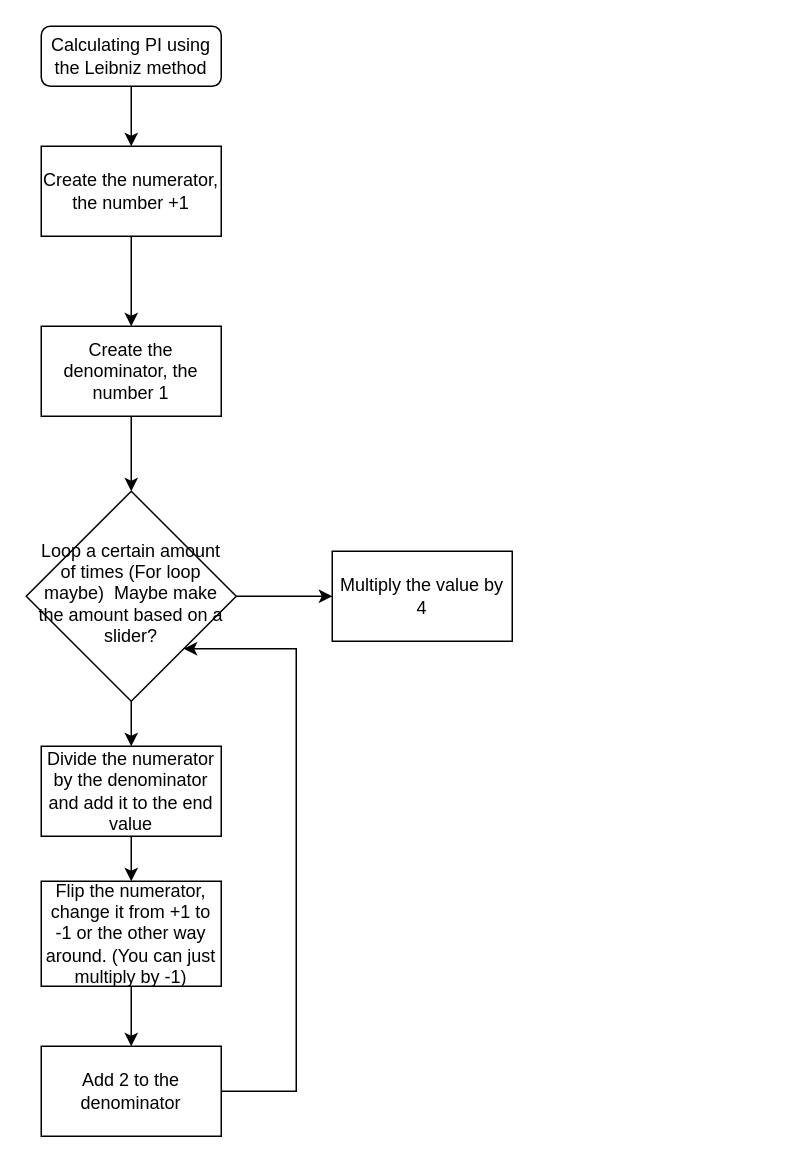
This is CalculatingPI.drawio from JsonCasino/Flowchart, a draw.io file, before an edit. Source tidied: cells renumbered, new cells numbered last; positions are measured from the earlier drawing's top-left corner, leaving out a move shared by most shapes. Both pictures are drawn from the tidied source at 150%, with x=0, y=0 at pixel (26, 26).
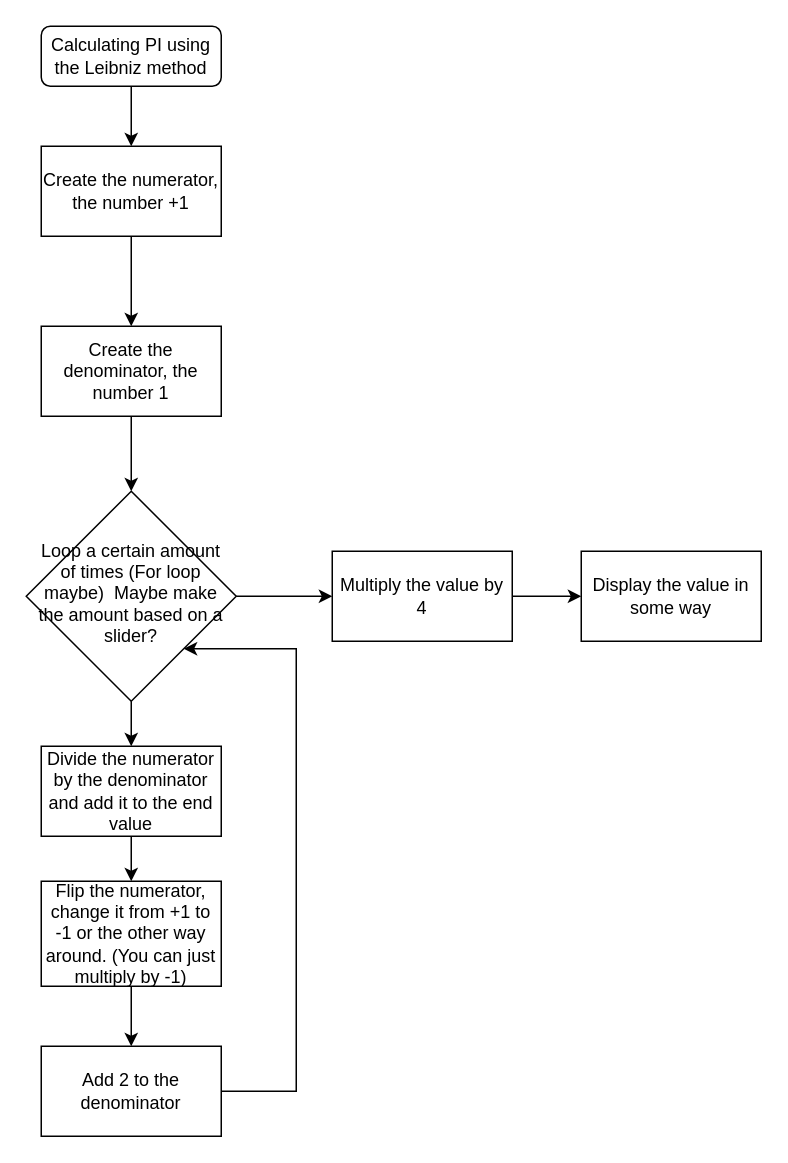
Above is the later version.

Unchanged cells that the change refers to:
```xml
<mxCell id="17" value="Multiply the value by 4" style="rounded=0;whiteSpace=wrap;html=1;" parent="1" vertex="1">
  <mxGeometry x="204" y="350" width="120" height="60" as="geometry" />
</mxCell>
```

What changed in the source:
```diff
@@
+    <mxCell id="18" style="edgeStyle=orthogonalEdgeStyle;rounded=0;jettySize=auto;html=1;exitX=1;exitY=0.5;exitDx=0;exitDy=0;entryX=0;entryY=0.5;entryDx=0;entryDy=0;" parent="1" edge="1" source="17" target="19">
+      <mxGeometry relative="1" as="geometry" />
+    </mxCell>
@@
+    <mxCell id="19" value="Display the value in some way" style="rounded=0;whiteSpace=wrap;html=1;" parent="1" vertex="1">
+      <mxGeometry x="370" y="350" width="120" height="60" as="geometry" />
+    </mxCell>
```
